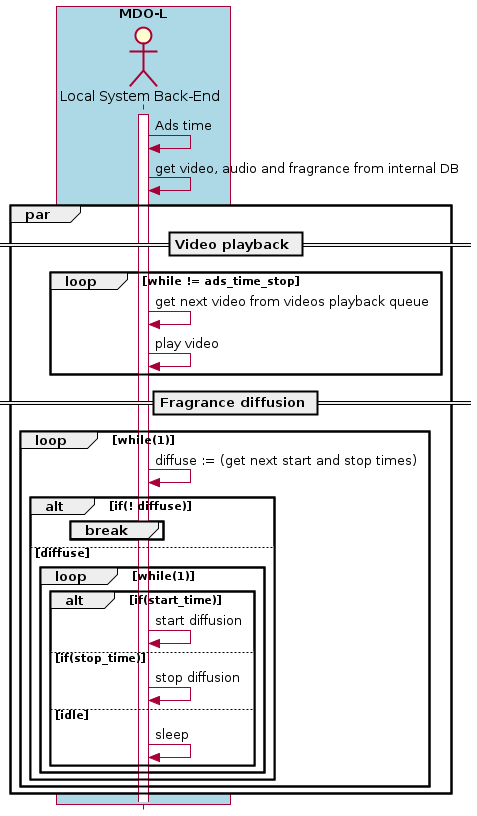
Above: Proj/report/img/seq-local-normal-mode.png in ElectroQuanta/MDO (PlantUML), before the change.
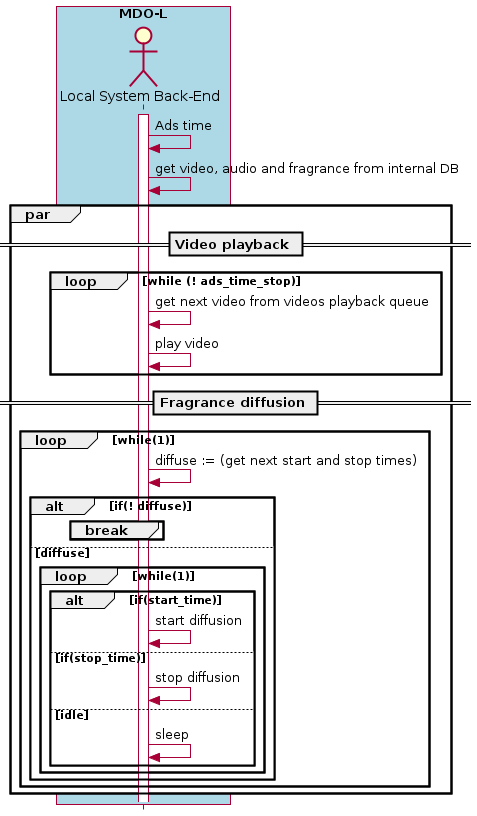
Above is the later version.

Diff of the diagram source:
```diff
@@ -11,7 +11,7 @@
 LS -> LS: get video, audio and fragrance from internal DB
 par
 == Video playback ==
-  loop while != ads_time_stop
+  loop while (! ads_time_stop)
 	LS -> LS: get next video from videos playback queue
 	LS -> LS: play video
   end
```
